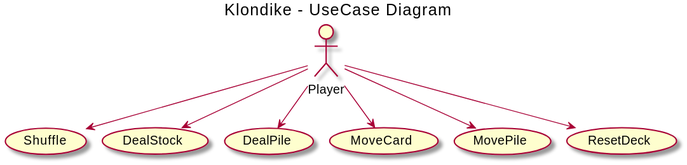
This is out/2 Modelo de vistas de caso de uso/Diagrama de actores y casos de uso/ActorsDiagram.svg from AngelOS95P/Maestria_IngSoftware_grupo6, a PlantUML export, as it was before one commit.
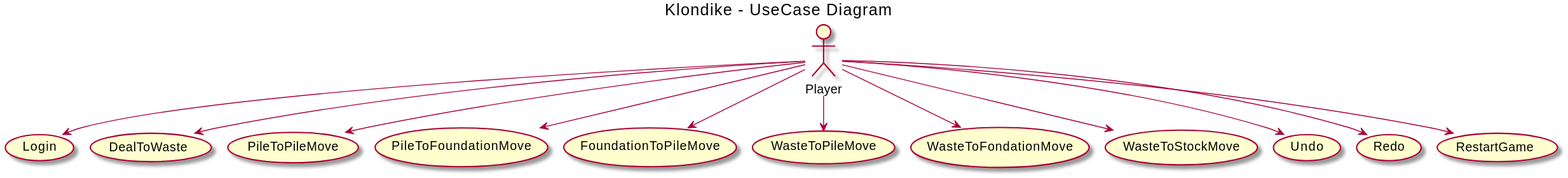
After the commit.

The edit, as a diff of the source:
```diff
@@ -1,21 +1,32 @@
 @startuml ActorsDiagram
-!pragma layout smetana
 title Klondike  - UseCase Diagram
 left to right direction
-
+!pragma layout smetana
 
 actor Player
-usecase Shuffle
-usecase DealStock
-usecase DealPile
-usecase MoveCard
-usecase MovePile
-usecase ResetDeck
 
-Player --> Shuffle
-Player --> DealStock
-Player --> DealPile
-Player --> MoveCard
-Player --> MovePile
-Player --> ResetDeck
+usecase Login
+usecase DealToWaste
+usecase PileToPileMove
+usecase PileToFoundationMove
+usecase FoundationToPileMove
+usecase WasteToPileMove
+usecase WasteToFondationMove
+usecase WasteToStockMove
+usecase Undo
+usecase Redo
+usecase RestartGame
+
+Player --> Login
+Player --> DealToWaste
+Player --> PileToPileMove
+Player --> PileToFoundationMove
+Player -->  FoundationToPileMove
+Player -->  WasteToPileMove
+Player -->  WasteToFondationMove
+Player -->  WasteToStockMove
+Player -->  Undo
+Player -->  Redo
+Player -->  RestartGame
+
 @enduml
```
